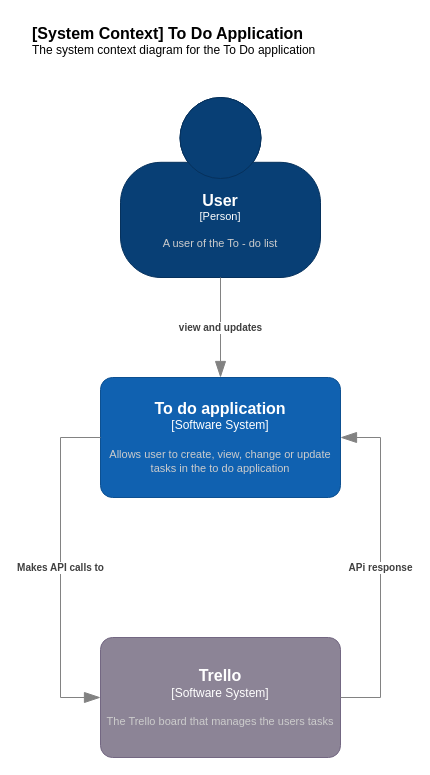
This is page "Context Diagram" (1 of 3) of context_diagram.drawio from shaylipatel/DevOps-Course-Starter, a draw.io file, before an edit. Source tidied: cells renumbered, new cells numbered last; positions are measured from the earlier drawing's top-left corner, leaving out a move shared by most shapes. Both pictures are drawn from the tidied source at 100%, with x=0, y=0 at pixel (30, 17).
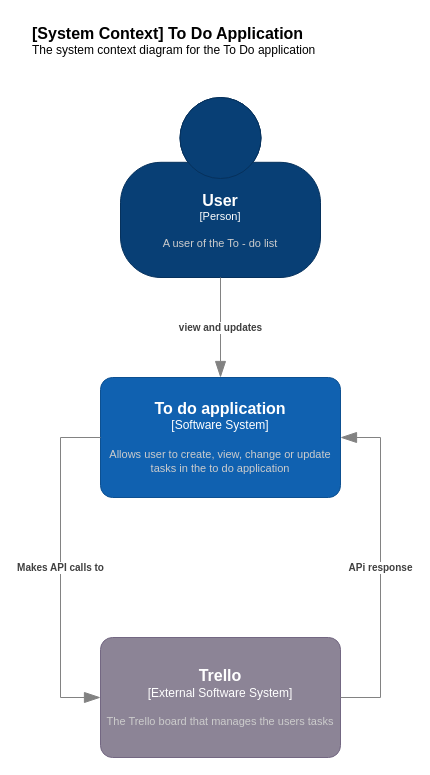
The same page after the edit.

Change to the diagram source:
```diff
@@
 <mxGraphModel>
   <root>
     <mxCell id="0" />
     <mxCell id="1" parent="0" />
     <object id="2" label="&lt;font style=&quot;font-size: 16px&quot;&gt;&lt;b&gt;%c4Name%&lt;/b&gt;&lt;/font&gt;&lt;div&gt;[%c4Type%]&lt;/div&gt;&lt;br&gt;&lt;div&gt;&lt;font style=&quot;font-size: 11px&quot;&gt;&lt;font color=&quot;#cccccc&quot;&gt;%c4Description%&lt;/font&gt;&lt;/div&gt;" c4Description="A user of the To - do list " c4Name="User" c4Type="Person" placeholders="1">
       <mxCell style="html=1;fontSize=11;dashed=0;whiteSpace=wrap;fillColor=#083F75;strokeColor=#06315C;fontColor=#ffffff;shape=mxgraph.c4.person2;align=center;points=[[0.5,0,0],[1,0.5,0],[1,0.75,0],[0.75,1,0],[0.5,1,0],[0.25,1,0],[0,0.75,0],[0,0.5,0]];" parent="1" vertex="1">
         <mxGeometry x="90" y="80" width="200" height="180" as="geometry" />
       </mxCell>
     </object>
     <object id="3" label="&lt;font style=&quot;font-size: 16px&quot;&gt;&lt;b&gt;%c4Name%&lt;/b&gt;&lt;/font&gt;&lt;div&gt;[%c4Type%]&lt;/div&gt;&lt;br&gt;&lt;div&gt;&lt;font style=&quot;font-size: 11px&quot;&gt;&lt;font color=&quot;#cccccc&quot;&gt;%c4Description%&lt;/font&gt;&lt;/div&gt;" c4Description="Allows user to create, view, change or update tasks in the to do application" c4Name="To do application" c4Type="Software System" placeholders="1">
       <mxCell style="rounded=1;whiteSpace=wrap;html=1;labelBackgroundColor=none;fillColor=#1061B0;fontColor=#ffffff;align=center;arcSize=10;strokeColor=#0D5091;points=[[0.25,0,0],[0.5,0,0],[0.75,0,0],[1,0.25,0],[1,0.5,0],[1,0.75,0],[0.75,1,0],[0.5,1,0],[0.25,1,0],[0,0.75,0],[0,0.5,0],[0,0.25,0]];" parent="1" vertex="1">
         <mxGeometry x="70" y="360" width="240" height="120" as="geometry" />
       </mxCell>
     </object>
     <object id="4" label="&lt;div style=&quot;text-align: left&quot;&gt;&lt;div style=&quot;text-align: center&quot;&gt;&lt;b&gt;%c4Description%&lt;/b&gt;&lt;/div&gt;" c4Description="view and updates" placeholders="1">
       <mxCell style="endArrow=blockThin;html=1;fontSize=10;fontColor=#404040;strokeWidth=1;endFill=1;strokeColor=#828282;elbow=vertical;endSize=14;startSize=14;jumpStyle=arc;jumpSize=16;rounded=0;edgeStyle=orthogonalEdgeStyle;exitX=0.5;exitY=1;exitDx=0;exitDy=0;exitPerimeter=0;entryX=0.5;entryY=0;entryDx=0;entryDy=0;entryPerimeter=0;" parent="1" edge="1" source="2" target="3">
         <mxGeometry relative="1" as="geometry" />
       </mxCell>
     </object>
-    <object id="5" label="&lt;font style=&quot;font-size: 16px&quot;&gt;&lt;b&gt;%c4Name%&lt;/b&gt;&lt;/font&gt;&lt;div&gt;[%c4Type%]&lt;/div&gt;&lt;br&gt;&lt;div&gt;&lt;font style=&quot;font-size: 11px&quot;&gt;&lt;font color=&quot;#cccccc&quot;&gt;%c4Description%&lt;/font&gt;&lt;/div&gt;" c4Description="The Trello board that manages the users tasks" c4Name="Trello" c4Type="Software System" placeholders="1">
+    <object id="5" label="&lt;font style=&quot;font-size: 16px&quot;&gt;&lt;b&gt;%c4Name%&lt;/b&gt;&lt;/font&gt;&lt;div&gt;[%c4Type%]&lt;/div&gt;&lt;br&gt;&lt;div&gt;&lt;font style=&quot;font-size: 11px&quot;&gt;&lt;font color=&quot;#cccccc&quot;&gt;%c4Description%&lt;/font&gt;&lt;/div&gt;" c4Description="The Trello board that manages the users tasks" c4Name="Trello" c4Type="External Software System" placeholders="1">
       <mxCell style="rounded=1;whiteSpace=wrap;html=1;labelBackgroundColor=none;fillColor=#8C8496;fontColor=#ffffff;align=center;arcSize=10;strokeColor=#736782;points=[[0.25,0,0],[0.5,0,0],[0.75,0,0],[1,0.25,0],[1,0.5,0],[1,0.75,0],[0.75,1,0],[0.5,1,0],[0.25,1,0],[0,0.75,0],[0,0.5,0],[0,0.25,0]];" parent="1" vertex="1">
         <mxGeometry x="70" y="620" width="240" height="120" as="geometry" />
       </mxCell>
     </object>
     <object id="6" label="&lt;div style=&quot;text-align: left&quot;&gt;&lt;div style=&quot;text-align: center&quot;&gt;&lt;b&gt;%c4Description%&lt;/b&gt;&lt;/div&gt;" c4Description="Makes API calls to" placeholders="1">
       <mxCell style="endArrow=blockThin;html=1;fontSize=10;fontColor=#404040;strokeWidth=1;endFill=1;strokeColor=#828282;elbow=vertical;endSize=14;startSize=14;jumpStyle=arc;jumpSize=16;rounded=0;edgeStyle=orthogonalEdgeStyle;exitX=0;exitY=0.5;exitDx=0;exitDy=0;exitPerimeter=0;entryX=0;entryY=0.5;entryDx=0;entryDy=0;entryPerimeter=0;" parent="1" edge="1" source="3" target="5">
         <mxGeometry relative="1" as="geometry">
           <Array as="points">
             <mxPoint x="30" y="420" />
             <mxPoint x="30" y="680" />
           </Array>
         </mxGeometry>
       </mxCell>
     </object>
     <object id="7" label="&lt;div style=&quot;text-align: left&quot;&gt;&lt;div style=&quot;text-align: center&quot;&gt;&lt;b&gt;%c4Description%&lt;/b&gt;&lt;/div&gt;" c4Description="APi response" placeholders="1">
       <mxCell style="endArrow=blockThin;html=1;fontSize=10;fontColor=#404040;strokeWidth=1;endFill=1;strokeColor=#828282;elbow=vertical;endSize=14;startSize=14;jumpStyle=arc;jumpSize=16;rounded=0;edgeStyle=orthogonalEdgeStyle;exitX=1;exitY=0.5;exitDx=0;exitDy=0;exitPerimeter=0;entryX=1;entryY=0.5;entryDx=0;entryDy=0;entryPerimeter=0;" parent="1" edge="1" source="5" target="3">
         <mxGeometry relative="1" as="geometry">
           <Array as="points">
             <mxPoint x="350" y="680" />
             <mxPoint x="350" y="420" />
           </Array>
         </mxGeometry>
       </mxCell>
     </object>
     <object id="8" label="&lt;font style=&quot;font-size: 16px&quot;&gt;&lt;b&gt;&lt;div style=&quot;text-align: left&quot;&gt;%c4Name%&lt;/div&gt;&lt;/b&gt;&lt;/font&gt;&lt;div style=&quot;text-align: left&quot;&gt;%c4Description%&lt;/div&gt;" c4Description="The system context diagram for the To Do application" c4Name="[System Context] To Do Application" placeholders="1">
       <mxCell style="text;html=1;strokeColor=none;fillColor=none;align=left;verticalAlign=top;whiteSpace=wrap;rounded=0;" parent="1" vertex="1">
         <mxGeometry width="370" height="40" as="geometry" />
       </mxCell>
     </object>
   </root>
 </mxGraphModel>
```
